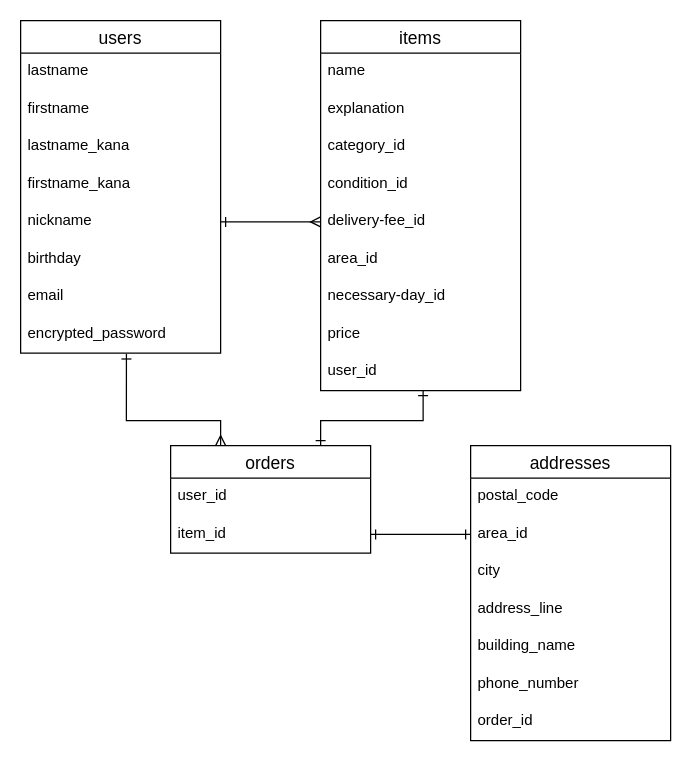
The draw.io diagram ER.dio in masaki511/furima-31545, before the edit. Source tidied: cells renumbered, new cells numbered last; positions are measured from the earlier drawing's top-left corner, leaving out a move shared by most shapes. Both pictures are drawn from the tidied source at 125%, with x=0, y=0 at pixel (20, 20).
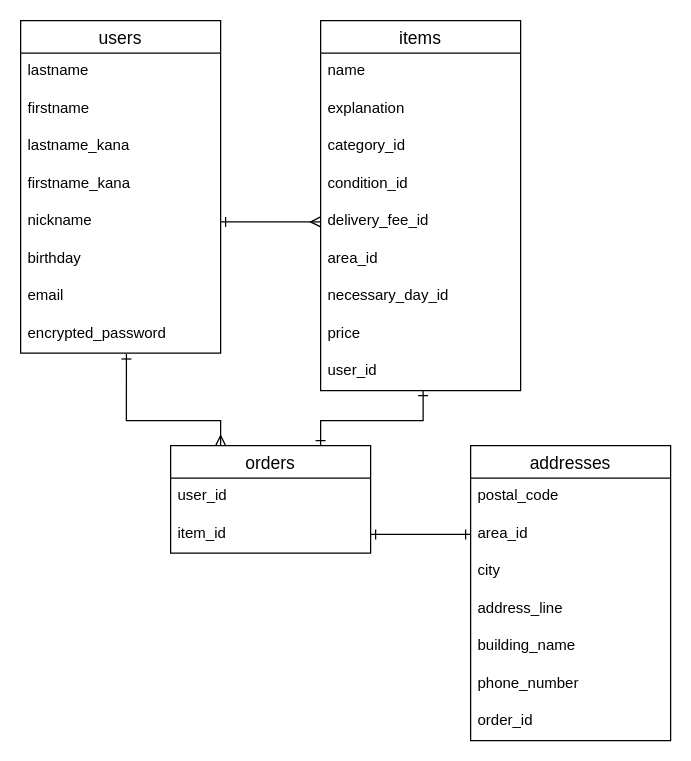
The same page after the edit.

Commit message (it also covers changes not shown here):
データベース設計の修正_カラム名の修正

The change refers to these unchanged cells:
```xml
<mxCell id="11" value="items" style="swimlane;fontStyle=0;horizontal=1;startSize=26;align=center;fontSize=14;" parent="1" vertex="1">
  <mxGeometry x="240" width="160" height="296" as="geometry" />
</mxCell>
```

The edit, as a diff of the source:
```diff
@@
-    <mxCell id="16" value="delivery-fee_id" style="text;strokeColor=none;fillColor=none;spacingLeft=4;spacingRight=4;overflow=hidden;points=[[0,0.5],[1,0.5]];portConstraint=eastwest;fontSize=12;" parent="11" vertex="1">
+    <mxCell id="16" value="delivery_fee_id" style="text;strokeColor=none;fillColor=none;spacingLeft=4;spacingRight=4;overflow=hidden;points=[[0,0.5],[1,0.5]];portConstraint=eastwest;fontSize=12;" parent="11" vertex="1">
       <mxGeometry y="146" width="160" height="30" as="geometry" />
     </mxCell>
@@
-    <mxCell id="18" value="necessary-day_id" style="text;strokeColor=none;fillColor=none;spacingLeft=4;spacingRight=4;overflow=hidden;fontSize=12;" parent="11" vertex="1">
+    <mxCell id="18" value="necessary_day_id" style="text;strokeColor=none;fillColor=none;spacingLeft=4;spacingRight=4;overflow=hidden;fontSize=12;" parent="11" vertex="1">
       <mxGeometry y="206" width="160" height="30" as="geometry" />
     </mxCell>
```
